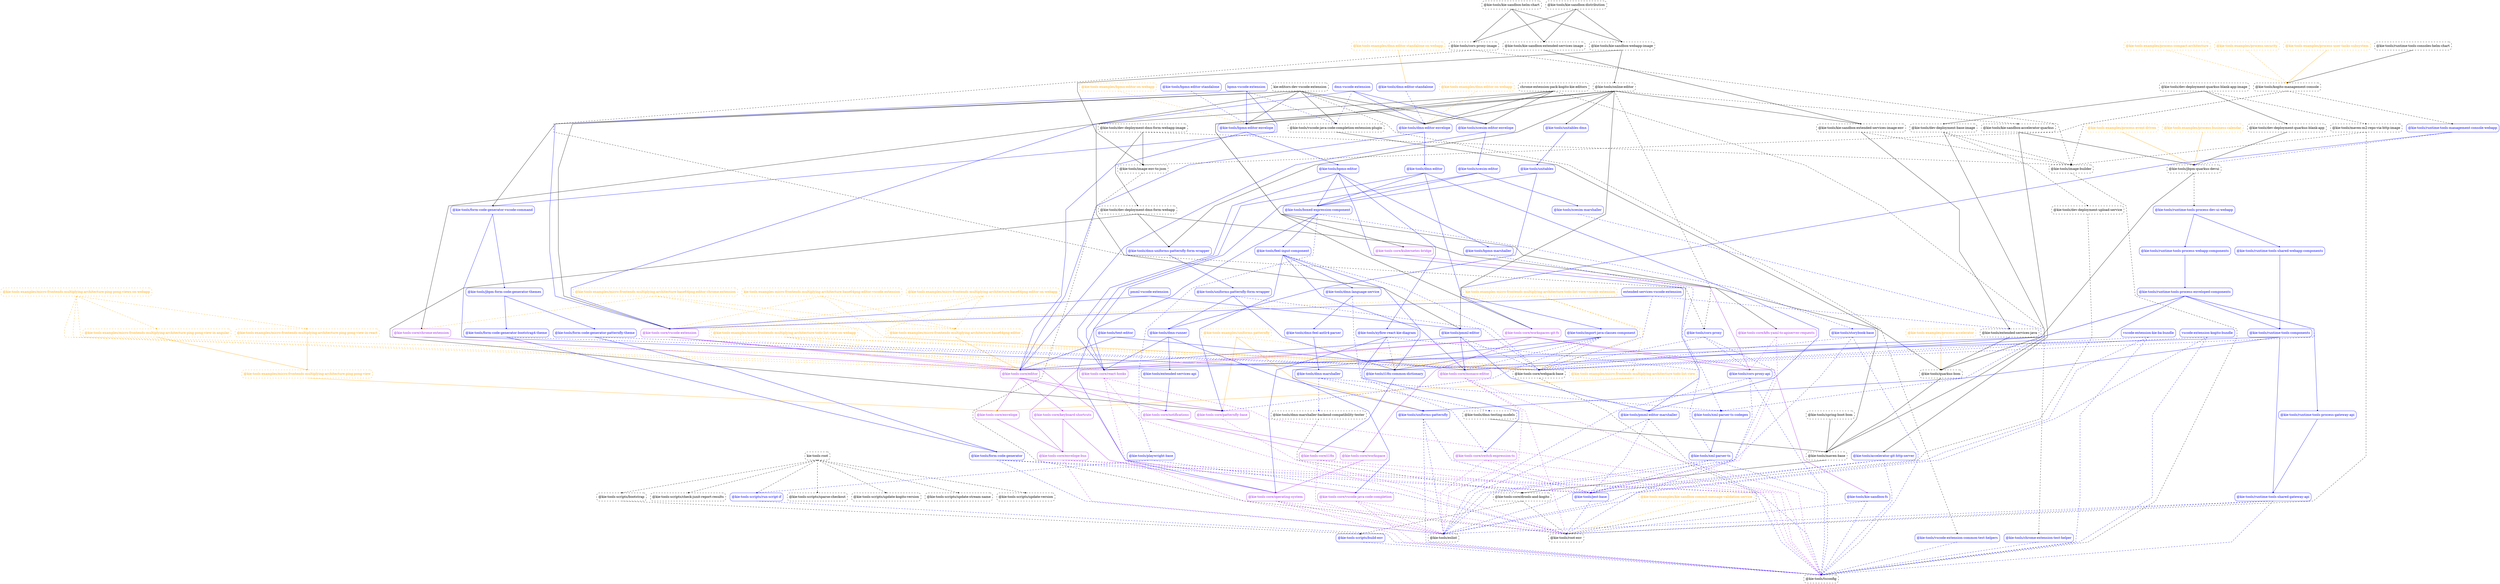
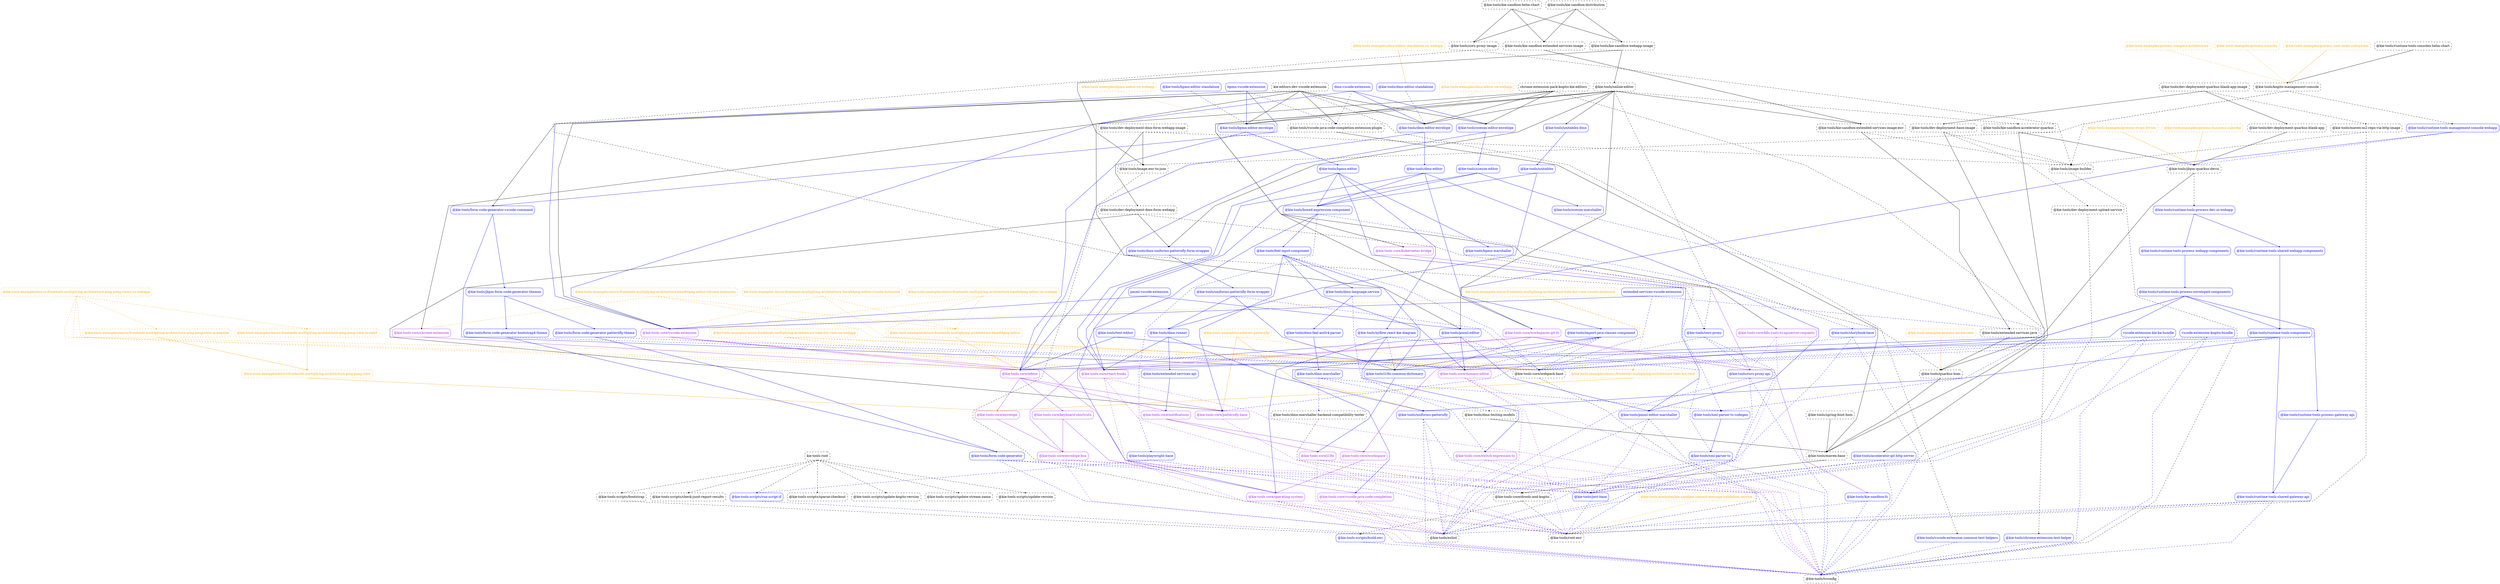
digraph G {
  graph [ ranksep =2, splines = "polyline", rankdir =TB, ordering = "out" ];
  node [ shape =box ];
  edge [ headport = "n", tailport = "s", arrowhead =dot, arrowsize =0.5 ];
  "kie-tools-root" [ color = "black", fontcolor = "black", style = "dashed, rounded" ];
  "@kie-tools-scripts/bootstrap" [ color = "black", fontcolor = "black", style = "dashed, rounded" ];
  "@kie-tools-scripts/check-junit-report-results" [ color = "black", fontcolor = "black", style = "dashed, rounded" ];
  "@kie-tools-scripts/run-script-if" [ color = "blue", fontcolor = "blue", style = "rounded" ];
  "@kie-tools-scripts/sparse-checkout" [ color = "black", fontcolor = "black", style = "dashed, rounded" ];
  "@kie-tools-scripts/update-kogito-version" [ color = "black", fontcolor = "black", style = "dashed, rounded" ];
  "@kie-tools-scripts/update-stream-name" [ color = "black", fontcolor = "black", style = "dashed, rounded" ];
  "@kie-tools-scripts/update-version" [ color = "black", fontcolor = "black", style = "dashed, rounded" ];
  "@kie-tools-examples/bpmn-editor-on-webapp" [ color = "orange", fontcolor = "orange", style = "dashed, rounded" ];
  "@kie-tools/bpmn-editor-envelope" [ color = "blue", fontcolor = "blue", style = "rounded" ];
  "@kie-tools-examples/dmn-editor-on-webapp" [ color = "orange", fontcolor = "orange", style = "dashed, rounded" ];
  "@kie-tools/dmn-editor-envelope" [ color = "blue", fontcolor = "blue", style = "rounded" ];
  "@kie-tools-examples/dmn-editor-standalone-on-webapp" [ color = "orange", fontcolor = "orange", style = "dashed, rounded" ];
  "@kie-tools/dmn-editor-standalone" [ color = "blue", fontcolor = "blue", style = "rounded" ];
  "@kie-tools-examples/kie-sandbox-commit-message-validation-service" [ color = "orange", fontcolor = "orange", style = "dashed, rounded" ];
  "@kie-tools/root-env" [ color = "black", fontcolor = "black", style = "dashed, rounded" ];
  "@kie-tools-examples/micro-frontends-multiplying-architecture-base64png-editor" [ color = "orange", fontcolor = "orange", style = "dashed, rounded" ];
  "@kie-tools-core/editor" [ color = "purple", fontcolor = "purple", style = "rounded" ];
  "@kie-tools-examples/micro-frontends-multiplying-architecture-base64png-editor-chrome-extension" [ color = "orange", fontcolor = "orange", style = "dashed, rounded" ];
  "@kie-tools-core/chrome-extension" [ color = "purple", fontcolor = "purple", style = "rounded" ];
  "@kie-tools-core/webpack-base" [ color = "black", fontcolor = "black", style = "dashed, rounded" ];
  "@kie-tools-examples/micro-frontends-multiplying-architecture-base64png-editor-on-webapp" [ color = "orange", fontcolor = "orange", style = "dashed, rounded" ];
  "@kie-tools-core/react-hooks" [ color = "purple", fontcolor = "purple", style = "rounded" ];
  "kie-tools-examples-micro-frontends-multiplying-architecture-base64png-editor-vscode-extension" [ color = "orange", fontcolor = "orange", style = "dashed, rounded" ];
  "@kie-tools-core/vscode-extension" [ color = "purple", fontcolor = "purple", style = "rounded" ];
  "@kie-tools-examples/micro-frontends-multiplying-architecture-ping-pong-view" [ color = "orange", fontcolor = "orange", style = "dashed, rounded" ];
  "@kie-tools-core/envelope" [ color = "purple", fontcolor = "purple", style = "rounded" ];
  "@kie-tools-examples/micro-frontends-multiplying-architecture-ping-pong-view-in-angular" [ color = "orange", fontcolor = "orange", style = "dashed, rounded" ];
  "@kie-tools-examples/micro-frontends-multiplying-architecture-ping-pong-view-in-react" [ color = "orange", fontcolor = "orange", style = "dashed, rounded" ];
  "@kie-tools-examples/micro-frontends-multiplying-architecture-ping-pong-views-on-webapp" [ color = "orange", fontcolor = "orange", style = "dashed, rounded" ];
  "@kie-tools-examples/micro-frontends-multiplying-architecture-todo-list-view" [ color = "orange", fontcolor = "orange", style = "dashed, rounded" ];
  "@kie-tools-examples/micro-frontends-multiplying-architecture-todo-list-view-on-webapp" [ color = "orange", fontcolor = "orange", style = "dashed, rounded" ];
  "kie-tools-examples-micro-frontends-multiplying-architecture-todo-list-view-vscode-extension" [ color = "orange", fontcolor = "orange", style = "dashed, rounded" ];
  "@kie-tools-examples/process-accelerator" [ color = "orange", fontcolor = "orange", style = "dashed, rounded" ];
  "@kie-tools/quarkus-bom" [ color = "black", fontcolor = "black", style = "dashed, rounded" ];
  "@kie-tools-examples/process-business-calendar" [ color = "orange", fontcolor = "orange", style = "dashed, rounded" ];
  "@kie-tools/jbpm-quarkus-devui" [ color = "black", fontcolor = "black", style = "dashed, rounded" ];
  "@kie-tools-examples/process-compact-architecture" [ color = "orange", fontcolor = "orange", style = "dashed, rounded" ];
  "@kie-tools/kogito-management-console" [ color = "black", fontcolor = "black", style = "dashed, rounded" ];
  "@kie-tools-examples/process-event-driven" [ color = "orange", fontcolor = "orange", style = "dashed, rounded" ];
  "@kie-tools-examples/process-security" [ color = "orange", fontcolor = "orange", style = "dashed, rounded" ];
  "@kie-tools-examples/process-user-tasks-subsystem" [ color = "orange", fontcolor = "orange", style = "dashed, rounded" ];
  "@kie-tools-examples/uniforms-patternfly" [ color = "orange", fontcolor = "orange", style = "dashed, rounded" ];
  "@kie-tools-core/patternfly-base" [ color = "purple", fontcolor = "purple", style = "rounded" ];
  "@kie-tools/uniforms-patternfly" [ color = "blue", fontcolor = "blue", style = "rounded" ];
  "@kie-tools/accelerator-git-http-server" [ color = "blue", fontcolor = "blue", style = "rounded" ];
  "@kie-tools/eslint" [ color = "black", fontcolor = "black", style = "dashed, rounded" ];
  "@kie-tools/jest-base" [ color = "blue", fontcolor = "blue", style = "rounded" ];
  "@kie-tools/tsconfig" [ color = "black", fontcolor = "black", style = "dashed, rounded" ];
  "@kie-tools/boxed-expression-component" [ color = "blue", fontcolor = "blue", style = "rounded" ];
  "@kie-tools-core/operating-system" [ color = "purple", fontcolor = "purple", style = "rounded" ];
  "@kie-tools/feel-input-component" [ color = "blue", fontcolor = "blue", style = "rounded" ];
  "@kie-tools/playwright-base" [ color = "blue", fontcolor = "blue", style = "rounded" ];
  "@kie-tools/storybook-base" [ color = "blue", fontcolor = "blue", style = "rounded" ];
  "@kie-tools/bpmn-editor" [ color = "blue", fontcolor = "blue", style = "rounded" ];
  "@kie-tools/bpmn-marshaller" [ color = "blue", fontcolor = "blue", style = "rounded" ];
  "@kie-tools/pmml-editor-marshaller" [ color = "blue", fontcolor = "blue", style = "rounded" ];
  "@kie-tools/xyflow-react-kie-diagram" [ color = "blue", fontcolor = "blue", style = "rounded" ];
  "@kie-tools/bpmn-editor-standalone" [ color = "blue", fontcolor = "blue", style = "rounded" ];
  "@kie-tools/xml-parser-ts-codegen" [ color = "blue", fontcolor = "blue", style = "rounded" ];
  "bpmn-vscode-extension" [ color = "blue", fontcolor = "blue", style = "rounded" ];
  "@kie-tools/form-code-generator-vscode-command" [ color = "blue", fontcolor = "blue", style = "rounded" ];
  "@kie-tools/vscode-java-code-completion-extension-plugin" [ color = "black", fontcolor = "black", style = "dashed, rounded" ];
  "chrome-extension-pack-kogito-kie-editors" [ color = "black", fontcolor = "black", style = "dashed, rounded" ];
  "@kie-tools/scesim-editor-envelope" [ color = "blue", fontcolor = "blue", style = "rounded" ];
  "@kie-tools/chrome-extension-test-helper" [ color = "blue", fontcolor = "blue", style = "rounded" ];
  "@kie-tools/cors-proxy" [ color = "blue", fontcolor = "blue", style = "rounded" ];
  "@kie-tools/cors-proxy-api" [ color = "blue", fontcolor = "blue", style = "rounded" ];
  "@kie-tools/cors-proxy-image" [ color = "black", fontcolor = "black", style = "dashed, rounded" ];
  "@kie-tools/image-builder" [ color = "black", fontcolor = "black", style = "dashed, rounded" ];
  "@kie-tools/dev-deployment-base-image" [ color = "black", fontcolor = "black", style = "dashed, rounded" ];
  "@kie-tools/maven-base" [ color = "black", fontcolor = "black", style = "dashed, rounded" ];
  "@kie-tools/dev-deployment-upload-service" [ color = "black", fontcolor = "black", style = "dashed, rounded" ];
  "@kie-tools/dev-deployment-dmn-form-webapp" [ color = "black", fontcolor = "black", style = "dashed, rounded" ];
  "@kie-tools/dmn-uniforms-patternfly-form-wrapper" [ color = "blue", fontcolor = "blue", style = "rounded" ];
  "@kie-tools/dev-deployment-dmn-form-webapp-image" [ color = "black", fontcolor = "black", style = "dashed, rounded" ];
  "@kie-tools/image-env-to-json" [ color = "black", fontcolor = "black", style = "dashed, rounded" ];
  "@kie-tools/dev-deployment-quarkus-blank-app" [ color = "black", fontcolor = "black", style = "dashed, rounded" ];
  "@kie-tools/dev-deployment-quarkus-blank-app-image" [ color = "black", fontcolor = "black", style = "dashed, rounded" ];
  "@kie-tools/maven-m2-repo-via-http-image" [ color = "black", fontcolor = "black", style = "dashed, rounded" ];
  "@kie-tools/dmn-editor" [ color = "blue", fontcolor = "blue", style = "rounded" ];
  "@kie-tools/import-java-classes-component" [ color = "blue", fontcolor = "blue", style = "rounded" ];
  "@kie-tools/dmn-feel-antlr4-parser" [ color = "blue", fontcolor = "blue", style = "rounded" ];
  "@kie-tools/dmn-marshaller" [ color = "blue", fontcolor = "blue", style = "rounded" ];
  "@kie-tools/dmn-language-service" [ color = "blue", fontcolor = "blue", style = "rounded" ];
  "@kie-tools-core/switch-expression-ts" [ color = "purple", fontcolor = "purple", style = "rounded" ];
  "@kie-tools/dmn-marshaller-backend-compatibility-tester" [ color = "black", fontcolor = "black", style = "dashed, rounded" ];
  "@kie-tools/dmn-testing-models" [ color = "black", fontcolor = "black", style = "dashed, rounded" ];
  "@kie-tools-core/drools-and-kogito" [ color = "black", fontcolor = "black", style = "dashed, rounded" ];
  "@kie-tools/dmn-runner" [ color = "blue", fontcolor = "blue", style = "rounded" ];
  "@kie-tools/extended-services-api" [ color = "blue", fontcolor = "blue", style = "rounded" ];
  "@kie-tools/uniforms-patternfly-form-wrapper" [ color = "blue", fontcolor = "blue", style = "rounded" ];
  "dmn-vscode-extension" [ color = "blue", fontcolor = "blue", style = "rounded" ];
  "@kie-tools-scripts/build-env" [ color = "blue", fontcolor = "blue", style = "rounded" ];
  "@kie-tools-core/keyboard-shortcuts" [ color = "purple", fontcolor = "purple", style = "rounded" ];
  "@kie-tools-core/notifications" [ color = "purple", fontcolor = "purple", style = "rounded" ];
  "@kie-tools-core/envelope-bus" [ color = "purple", fontcolor = "purple", style = "rounded" ];
  "@kie-tools/extended-services-java" [ color = "black", fontcolor = "black", style = "dashed, rounded" ];
  "extended-services-vscode-extension" [ color = "blue", fontcolor = "blue", style = "rounded" ];
  "@kie-tools-core/monaco-editor" [ color = "purple", fontcolor = "purple", style = "rounded" ];
  "@kie-tools/i18n-common-dictionary" [ color = "blue", fontcolor = "blue", style = "rounded" ];
  "@kie-tools/form-code-generator" [ color = "blue", fontcolor = "blue", style = "rounded" ];
  "@kie-tools/form-code-generator-bootstrap4-theme" [ color = "blue", fontcolor = "blue", style = "rounded" ];
  "@kie-tools/form-code-generator-patternfly-theme" [ color = "blue", fontcolor = "blue", style = "rounded" ];
  "@kie-tools/jbpm-form-code-generator-themes" [ color = "blue", fontcolor = "blue", style = "rounded" ];
  "@kie-tools-core/i18n" [ color = "purple", fontcolor = "purple", style = "rounded" ];
  "@kie-tools-core/vscode-java-code-completion" [ color = "purple", fontcolor = "purple", style = "rounded" ];
  "@kie-tools/runtime-tools-process-dev-ui-webapp" [ color = "blue", fontcolor = "blue", style = "rounded" ];
  "@kie-tools-core/k8s-yaml-to-apiserver-requests" [ color = "purple", fontcolor = "purple", style = "rounded" ];
  "kie-editors-dev-vscode-extension" [ color = "black", fontcolor = "black", style = "dashed, rounded" ];
  "@kie-tools/pmml-editor" [ color = "blue", fontcolor = "blue", style = "rounded" ];
  "@kie-tools/vscode-extension-common-test-helpers" [ color = "blue", fontcolor = "blue", style = "rounded" ];
  "@kie-tools/kie-sandbox-accelerator-quarkus" [ color = "black", fontcolor = "black", style = "dashed, rounded" ];
  "@kie-tools/kie-sandbox-distribution" [ color = "black", fontcolor = "black", style = "dashed, rounded" ];
  "@kie-tools/kie-sandbox-extended-services-image" [ color = "black", fontcolor = "black", style = "dashed, rounded" ];
  "@kie-tools/kie-sandbox-webapp-image" [ color = "black", fontcolor = "black", style = "dashed, rounded" ];
  "@kie-tools/kie-sandbox-extended-services-image-env" [ color = "black", fontcolor = "black", style = "dashed, rounded" ];
  "@kie-tools/kie-sandbox-fs" [ color = "blue", fontcolor = "blue", style = "rounded" ];
  "@kie-tools/kie-sandbox-helm-chart" [ color = "black", fontcolor = "black", style = "dashed, rounded" ];
  "@kie-tools/online-editor" [ color = "black", fontcolor = "black", style = "dashed, rounded" ];
  "@kie-tools/runtime-tools-management-console-webapp" [ color = "blue", fontcolor = "blue", style = "rounded" ];
  "@kie-tools-core/kubernetes-bridge" [ color = "purple", fontcolor = "purple", style = "rounded" ];
  "@kie-tools-core/workspace" [ color = "purple", fontcolor = "purple", style = "rounded" ];
  "@kie-tools-core/workspaces-git-fs" [ color = "purple", fontcolor = "purple", style = "rounded" ];
  "@kie-tools/unitables-dmn" [ color = "blue", fontcolor = "blue", style = "rounded" ];
  "pmml-vscode-extension" [ color = "blue", fontcolor = "blue", style = "rounded" ];
  "@kie-tools/runtime-tools-components" [ color = "blue", fontcolor = "blue", style = "rounded" ];
  "@kie-tools/runtime-tools-shared-gateway-api" [ color = "blue", fontcolor = "blue", style = "rounded" ];
  "@kie-tools/runtime-tools-consoles-helm-chart" [ color = "black", fontcolor = "black", style = "dashed, rounded" ];
  "@kie-tools/runtime-tools-process-webapp-components" [ color = "blue", fontcolor = "blue", style = "rounded" ];
  "@kie-tools/runtime-tools-shared-webapp-components" [ color = "blue", fontcolor = "blue", style = "rounded" ];
  "@kie-tools/runtime-tools-process-enveloped-components" [ color = "blue", fontcolor = "blue", style = "rounded" ];
  "@kie-tools/runtime-tools-process-gateway-api" [ color = "blue", fontcolor = "blue", style = "rounded" ];
  "@kie-tools/scesim-editor" [ color = "blue", fontcolor = "blue", style = "rounded" ];
  "@kie-tools/scesim-marshaller" [ color = "blue", fontcolor = "blue", style = "rounded" ];
  "@kie-tools/spring-boot-bom" [ color = "black", fontcolor = "black", style = "dashed, rounded" ];
  "@kie-tools/text-editor" [ color = "blue", fontcolor = "blue", style = "rounded" ];
  "@kie-tools/unitables" [ color = "blue", fontcolor = "blue", style = "rounded" ];
  "vscode-extension-kie-ba-bundle" [ color = "blue", fontcolor = "blue", style = "rounded" ];
  "vscode-extension-kogito-bundle" [ color = "blue", fontcolor = "blue", style = "rounded" ];
  "@kie-tools/xml-parser-ts" [ color = "blue", fontcolor = "blue", style = "rounded" ];
  "kie-tools-root" -> "@kie-tools-scripts/bootstrap" [ style = "dashed", color = "black" ];
  "kie-tools-root" -> "@kie-tools-scripts/check-junit-report-results" [ style = "dashed", color = "black" ];
  "kie-tools-root" -> "@kie-tools-scripts/run-script-if" [ style = "dashed", color = "black" ];
  "kie-tools-root" -> "@kie-tools-scripts/sparse-checkout" [ style = "dashed", color = "black" ];
  "kie-tools-root" -> "@kie-tools-scripts/update-kogito-version" [ style = "dashed", color = "black" ];
  "kie-tools-root" -> "@kie-tools-scripts/update-stream-name" [ style = "dashed", color = "black" ];
  "kie-tools-root" -> "@kie-tools-scripts/update-version" [ style = "dashed", color = "black" ];
  "@kie-tools-examples/bpmn-editor-on-webapp" -> "@kie-tools/bpmn-editor-envelope" [ style = "dashed", color = "orange" ];
  "@kie-tools-examples/dmn-editor-on-webapp" -> "@kie-tools/dmn-editor-envelope" [ style = "dashed", color = "orange" ];
  "@kie-tools-examples/dmn-editor-standalone-on-webapp" -> "@kie-tools/dmn-editor-standalone" [ style = "solid", color = "orange" ];
  "@kie-tools-examples/kie-sandbox-commit-message-validation-service" -> "@kie-tools/root-env" [ style = "dashed", color = "orange" ];
  "@kie-tools-examples/micro-frontends-multiplying-architecture-base64png-editor" -> "@kie-tools-core/editor" [ style = "solid", color = "orange" ];
  "@kie-tools-examples/micro-frontends-multiplying-architecture-base64png-editor-chrome-extension" -> "@kie-tools-core/chrome-extension" [ style = "dashed", color = "orange" ];
  "@kie-tools-examples/micro-frontends-multiplying-architecture-base64png-editor-chrome-extension" -> "@kie-tools-core/webpack-base" [ style = "dashed", color = "orange" ];
  "@kie-tools-examples/micro-frontends-multiplying-architecture-base64png-editor-chrome-extension" -> "@kie-tools-examples/micro-frontends-multiplying-architecture-base64png-editor" [ style = "dashed", color = "orange" ];
  "@kie-tools-examples/micro-frontends-multiplying-architecture-base64png-editor-on-webapp" -> "@kie-tools-core/react-hooks" [ style = "dashed", color = "orange" ];
  "@kie-tools-examples/micro-frontends-multiplying-architecture-base64png-editor-on-webapp" -> "@kie-tools-core/webpack-base" [ style = "dashed", color = "orange" ];
  "@kie-tools-examples/micro-frontends-multiplying-architecture-base64png-editor-on-webapp" -> "@kie-tools-examples/micro-frontends-multiplying-architecture-base64png-editor" [ style = "dashed", color = "orange" ];
  "kie-tools-examples-micro-frontends-multiplying-architecture-base64png-editor-vscode-extension" -> "@kie-tools-core/vscode-extension" [ style = "dashed", color = "orange" ];
  "kie-tools-examples-micro-frontends-multiplying-architecture-base64png-editor-vscode-extension" -> "@kie-tools-core/webpack-base" [ style = "dashed", color = "orange" ];
  "kie-tools-examples-micro-frontends-multiplying-architecture-base64png-editor-vscode-extension" -> "@kie-tools-examples/micro-frontends-multiplying-architecture-base64png-editor" [ style = "dashed", color = "orange" ];
  "@kie-tools-examples/micro-frontends-multiplying-architecture-ping-pong-view" -> "@kie-tools-core/envelope" [ style = "solid", color = "orange" ];
  "@kie-tools-examples/micro-frontends-multiplying-architecture-ping-pong-view-in-angular" -> "@kie-tools-examples/micro-frontends-multiplying-architecture-ping-pong-view" [ style = "solid", color = "orange" ];
  "@kie-tools-examples/micro-frontends-multiplying-architecture-ping-pong-view-in-react" -> "@kie-tools-examples/micro-frontends-multiplying-architecture-ping-pong-view" [ style = "solid", color = "orange" ];
  "@kie-tools-examples/micro-frontends-multiplying-architecture-ping-pong-views-on-webapp" -> "@kie-tools-core/editor" [ style = "dashed", color = "orange" ];
  "@kie-tools-examples/micro-frontends-multiplying-architecture-ping-pong-views-on-webapp" -> "@kie-tools-core/react-hooks" [ style = "dashed", color = "orange" ];
  "@kie-tools-examples/micro-frontends-multiplying-architecture-ping-pong-views-on-webapp" -> "@kie-tools-core/webpack-base" [ style = "dashed", color = "orange" ];
  "@kie-tools-examples/micro-frontends-multiplying-architecture-ping-pong-views-on-webapp" -> "@kie-tools-examples/micro-frontends-multiplying-architecture-ping-pong-view-in-angular" [ style = "dashed", color = "orange" ];
  "@kie-tools-examples/micro-frontends-multiplying-architecture-ping-pong-views-on-webapp" -> "@kie-tools-examples/micro-frontends-multiplying-architecture-ping-pong-view-in-react" [ style = "dashed", color = "orange" ];
  "@kie-tools-examples/micro-frontends-multiplying-architecture-todo-list-view" -> "@kie-tools-core/envelope" [ style = "solid", color = "orange" ];
  "@kie-tools-examples/micro-frontends-multiplying-architecture-todo-list-view-on-webapp" -> "@kie-tools-core/editor" [ style = "dashed", color = "orange" ];
  "@kie-tools-examples/micro-frontends-multiplying-architecture-todo-list-view-on-webapp" -> "@kie-tools-core/react-hooks" [ style = "dashed", color = "orange" ];
  "@kie-tools-examples/micro-frontends-multiplying-architecture-todo-list-view-on-webapp" -> "@kie-tools-core/webpack-base" [ style = "dashed", color = "orange" ];
  "@kie-tools-examples/micro-frontends-multiplying-architecture-todo-list-view-on-webapp" -> "@kie-tools-examples/micro-frontends-multiplying-architecture-todo-list-view" [ style = "dashed", color = "orange" ];
  "kie-tools-examples-micro-frontends-multiplying-architecture-todo-list-view-vscode-extension" -> "@kie-tools-core/vscode-extension" [ style = "dashed", color = "orange" ];
  "kie-tools-examples-micro-frontends-multiplying-architecture-todo-list-view-vscode-extension" -> "@kie-tools-core/webpack-base" [ style = "dashed", color = "orange" ];
  "kie-tools-examples-micro-frontends-multiplying-architecture-todo-list-view-vscode-extension" -> "@kie-tools-examples/micro-frontends-multiplying-architecture-todo-list-view" [ style = "dashed", color = "orange" ];
  "@kie-tools-examples/process-accelerator" -> "@kie-tools/quarkus-bom" [ style = "solid", color = "orange" ];
  "@kie-tools-examples/process-business-calendar" -> "@kie-tools/jbpm-quarkus-devui" [ style = "solid", color = "orange" ];
  "@kie-tools-examples/process-compact-architecture" -> "@kie-tools/kogito-management-console" [ style = "dashed", color = "orange" ];
  "@kie-tools-examples/process-event-driven" -> "@kie-tools/jbpm-quarkus-devui" [ style = "solid", color = "orange" ];
  "@kie-tools-examples/process-security" -> "@kie-tools/kogito-management-console" [ style = "dashed", color = "orange" ];
  "@kie-tools-examples/process-user-tasks-subsystem" -> "@kie-tools/kogito-management-console" [ style = "solid", color = "orange" ];
  "@kie-tools-examples/uniforms-patternfly" -> "@kie-tools-core/patternfly-base" [ style = "solid", color = "orange" ];
  "@kie-tools-examples/uniforms-patternfly" -> "@kie-tools/uniforms-patternfly" [ style = "solid", color = "orange" ];
  "@kie-tools-examples/uniforms-patternfly" -> "@kie-tools-core/webpack-base" [ style = "dashed", color = "orange" ];
  "@kie-tools/accelerator-git-http-server" -> "@kie-tools/eslint" [ style = "dashed", color = "blue" ];
  "@kie-tools/accelerator-git-http-server" -> "@kie-tools/jest-base" [ style = "dashed", color = "blue" ];
  "@kie-tools/accelerator-git-http-server" -> "@kie-tools/tsconfig" [ style = "dashed", color = "blue" ];
  "@kie-tools/boxed-expression-component" -> "@kie-tools-core/operating-system" [ style = "solid", color = "blue" ];
  "@kie-tools/boxed-expression-component" -> "@kie-tools/feel-input-component" [ style = "solid", color = "blue" ];
  "@kie-tools/boxed-expression-component" -> "@kie-tools/playwright-base" [ style = "dashed", color = "blue" ];
  "@kie-tools/boxed-expression-component" -> "@kie-tools/storybook-base" [ style = "dashed", color = "blue" ];
  "@kie-tools/bpmn-editor" -> "@kie-tools-core/react-hooks" [ style = "solid", color = "blue" ];
  "@kie-tools/bpmn-editor" -> "@kie-tools/boxed-expression-component" [ style = "solid", color = "blue" ];
  "@kie-tools/bpmn-editor" -> "@kie-tools/bpmn-marshaller" [ style = "solid", color = "blue" ];
  "@kie-tools/bpmn-editor" -> "@kie-tools/pmml-editor-marshaller" [ style = "solid", color = "blue" ];
  "@kie-tools/bpmn-editor" -> "@kie-tools/xyflow-react-kie-diagram" [ style = "solid", color = "blue" ];
  "@kie-tools/bpmn-editor-envelope" -> "@kie-tools-core/editor" [ style = "solid", color = "blue" ];
  "@kie-tools/bpmn-editor-envelope" -> "@kie-tools/bpmn-editor" [ style = "solid", color = "blue" ];
  "@kie-tools/bpmn-editor-standalone" -> "@kie-tools/bpmn-editor-envelope" [ style = "dashed", color = "blue" ];
  "@kie-tools/bpmn-marshaller" -> "@kie-tools/xml-parser-ts-codegen" [ style = "dashed", color = "blue" ];
  "bpmn-vscode-extension" -> "@kie-tools-core/vscode-extension" [ style = "solid", color = "blue" ];
  "bpmn-vscode-extension" -> "@kie-tools/bpmn-editor-envelope" [ style = "solid", color = "blue" ];
  "bpmn-vscode-extension" -> "@kie-tools/form-code-generator-vscode-command" [ style = "solid", color = "blue" ];
  "bpmn-vscode-extension" -> "@kie-tools/vscode-java-code-completion-extension-plugin" [ style = "dashed", color = "blue" ];
  "@kie-tools-core/chrome-extension" -> "@kie-tools-core/editor" [ style = "solid", color = "purple" ];
  "chrome-extension-pack-kogito-kie-editors" -> "@kie-tools-core/chrome-extension" [ style = "solid", color = "black" ];
  "chrome-extension-pack-kogito-kie-editors" -> "@kie-tools/bpmn-editor-envelope" [ style = "solid", color = "black" ];
  "chrome-extension-pack-kogito-kie-editors" -> "@kie-tools/dmn-editor-envelope" [ style = "solid", color = "black" ];
  "chrome-extension-pack-kogito-kie-editors" -> "@kie-tools/scesim-editor-envelope" [ style = "solid", color = "black" ];
  "chrome-extension-pack-kogito-kie-editors" -> "@kie-tools/chrome-extension-test-helper" [ style = "dashed", color = "black" ];
  "@kie-tools/chrome-extension-test-helper" -> "@kie-tools/tsconfig" [ style = "dashed", color = "blue" ];
  "@kie-tools/cors-proxy" -> "@kie-tools-core/webpack-base" [ style = "dashed", color = "blue" ];
  "@kie-tools/cors-proxy" -> "@kie-tools/cors-proxy-api" [ style = "dashed", color = "blue" ];
  "@kie-tools/cors-proxy" -> "@kie-tools/jest-base" [ style = "dashed", color = "blue" ];
  "@kie-tools/cors-proxy-api" -> "@kie-tools/eslint" [ style = "dashed", color = "blue" ];
  "@kie-tools/cors-proxy-api" -> "@kie-tools/root-env" [ style = "dashed", color = "blue" ];
  "@kie-tools/cors-proxy-api" -> "@kie-tools/tsconfig" [ style = "dashed", color = "blue" ];
  "@kie-tools/cors-proxy-image" -> "@kie-tools/cors-proxy" [ style = "dashed", color = "black" ];
  "@kie-tools/cors-proxy-image" -> "@kie-tools/image-builder" [ style = "dashed", color = "black" ];
  "@kie-tools/dev-deployment-base-image" -> "@kie-tools/maven-base" [ style = "solid", color = "black" ];
  "@kie-tools/dev-deployment-base-image" -> "@kie-tools/dev-deployment-upload-service" [ style = "dashed", color = "black" ];
  "@kie-tools/dev-deployment-base-image" -> "@kie-tools/image-builder" [ style = "dashed", color = "black" ];
  "@kie-tools/dev-deployment-dmn-form-webapp" -> "@kie-tools-core/patternfly-base" [ style = "solid", color = "black" ];
  "@kie-tools/dev-deployment-dmn-form-webapp" -> "@kie-tools/dmn-uniforms-patternfly-form-wrapper" [ style = "solid", color = "black" ];
-   "@kie-tools/dev-deployment-dmn-form-webapp" -> "@kie-tools/quarkus-bom" [ style = "solid", color = "black" ];
+   "@kie-tools/dev-deployment-dmn-form-webapp" -> "@kie-tools/quarkus-bom" [ style = "dashed", color = "black" ];
  "@kie-tools/dev-deployment-dmn-form-webapp-image" -> "@kie-tools/dev-deployment-dmn-form-webapp" [ style = "solid", color = "black" ];
  "@kie-tools/dev-deployment-dmn-form-webapp-image" -> "@kie-tools/image-env-to-json" [ style = "solid", color = "black" ];
  "@kie-tools/dev-deployment-dmn-form-webapp-image" -> "@kie-tools/image-builder" [ style = "dashed", color = "black" ];
  "@kie-tools/dev-deployment-quarkus-blank-app" -> "@kie-tools/jbpm-quarkus-devui" [ style = "solid", color = "black" ];
  "@kie-tools/dev-deployment-quarkus-blank-app-image" -> "@kie-tools/dev-deployment-base-image" [ style = "solid", color = "black" ];
  "@kie-tools/dev-deployment-quarkus-blank-app-image" -> "@kie-tools/dev-deployment-quarkus-blank-app" [ style = "solid", color = "black" ];
  "@kie-tools/dev-deployment-quarkus-blank-app-image" -> "@kie-tools/maven-m2-repo-via-http-image" [ style = "dashed", color = "black" ];
  "@kie-tools/dev-deployment-upload-service" -> "@kie-tools/jest-base" [ style = "dashed", color = "black" ];
  "@kie-tools/dmn-editor" -> "@kie-tools-core/react-hooks" [ style = "solid", color = "blue" ];
  "@kie-tools/dmn-editor" -> "@kie-tools/boxed-expression-component" [ style = "solid", color = "blue" ];
  "@kie-tools/dmn-editor" -> "@kie-tools/import-java-classes-component" [ style = "solid", color = "blue" ];
  "@kie-tools/dmn-editor" -> "@kie-tools/pmml-editor-marshaller" [ style = "solid", color = "blue" ];
  "@kie-tools/dmn-editor-envelope" -> "@kie-tools-core/editor" [ style = "solid", color = "blue" ];
  "@kie-tools/dmn-editor-envelope" -> "@kie-tools/dmn-editor" [ style = "solid", color = "blue" ];
  "@kie-tools/dmn-editor-standalone" -> "@kie-tools/dmn-editor-envelope" [ style = "dashed", color = "blue" ];
  "@kie-tools/dmn-feel-antlr4-parser" -> "@kie-tools/dmn-marshaller" [ style = "solid", color = "blue" ];
  "@kie-tools/dmn-language-service" -> "@kie-tools/dmn-feel-antlr4-parser" [ style = "solid", color = "blue" ];
  "@kie-tools/dmn-language-service" -> "@kie-tools-core/switch-expression-ts" [ style = "dashed", color = "blue" ];
  "@kie-tools/dmn-marshaller" -> "@kie-tools/dmn-marshaller-backend-compatibility-tester" [ style = "dashed", color = "blue" ];
  "@kie-tools/dmn-marshaller" -> "@kie-tools/dmn-testing-models" [ style = "dashed", color = "blue" ];
  "@kie-tools/dmn-marshaller" -> "@kie-tools/xml-parser-ts-codegen" [ style = "dashed", color = "blue" ];
  "@kie-tools/dmn-marshaller-backend-compatibility-tester" -> "@kie-tools-core/drools-and-kogito" [ style = "dashed", color = "black" ];
  "@kie-tools/dmn-runner" -> "@kie-tools-core/react-hooks" [ style = "solid", color = "blue" ];
  "@kie-tools/dmn-runner" -> "@kie-tools/extended-services-api" [ style = "solid", color = "blue" ];
  "@kie-tools/dmn-runner" -> "@kie-tools/uniforms-patternfly" [ style = "solid", color = "blue" ];
  "@kie-tools/dmn-testing-models" -> "@kie-tools/maven-base" [ style = "solid", color = "black" ];
  "@kie-tools/dmn-uniforms-patternfly-form-wrapper" -> "@kie-tools/uniforms-patternfly-form-wrapper" [ style = "solid", color = "blue" ];
  "dmn-vscode-extension" -> "@kie-tools-core/vscode-extension" [ style = "solid", color = "blue" ];
  "dmn-vscode-extension" -> "@kie-tools/dmn-editor-envelope" [ style = "solid", color = "blue" ];
  "dmn-vscode-extension" -> "@kie-tools/scesim-editor-envelope" [ style = "solid", color = "blue" ];
  "dmn-vscode-extension" -> "@kie-tools/vscode-java-code-completion-extension-plugin" [ style = "dashed", color = "blue" ];
  "@kie-tools-core/drools-and-kogito" -> "@kie-tools-scripts/build-env" [ style = "dashed", color = "black" ];
  "@kie-tools-core/drools-and-kogito" -> "@kie-tools/root-env" [ style = "dashed", color = "black" ];
  "@kie-tools-core/editor" -> "@kie-tools-core/envelope" [ style = "solid", color = "purple" ];
  "@kie-tools-core/editor" -> "@kie-tools-core/keyboard-shortcuts" [ style = "solid", color = "purple" ];
  "@kie-tools-core/editor" -> "@kie-tools-core/notifications" [ style = "solid", color = "purple" ];
  "@kie-tools-core/editor" -> "@kie-tools-core/patternfly-base" [ style = "solid", color = "purple" ];
  "@kie-tools-core/envelope" -> "@kie-tools-core/envelope-bus" [ style = "solid", color = "purple" ];
  "@kie-tools-core/envelope-bus" -> "@kie-tools/eslint" [ style = "dashed", color = "purple" ];
  "@kie-tools-core/envelope-bus" -> "@kie-tools/jest-base" [ style = "dashed", color = "purple" ];
  "@kie-tools-core/envelope-bus" -> "@kie-tools/tsconfig" [ style = "dashed", color = "purple" ];
  "@kie-tools/extended-services-api" -> "@kie-tools-core/notifications" [ style = "solid", color = "blue" ];
  "@kie-tools/extended-services-java" -> "@kie-tools/quarkus-bom" [ style = "solid", color = "black" ];
  "extended-services-vscode-extension" -> "@kie-tools-core/vscode-extension" [ style = "solid", color = "blue" ];
  "extended-services-vscode-extension" -> "@kie-tools-core/webpack-base" [ style = "dashed", color = "blue" ];
  "extended-services-vscode-extension" -> "@kie-tools/extended-services-java" [ style = "dashed", color = "blue" ];
  "@kie-tools/feel-input-component" -> "@kie-tools-core/monaco-editor" [ style = "solid", color = "blue" ];
  "@kie-tools/feel-input-component" -> "@kie-tools-core/patternfly-base" [ style = "solid", color = "blue" ];
  "@kie-tools/feel-input-component" -> "@kie-tools/dmn-language-service" [ style = "solid", color = "blue" ];
  "@kie-tools/feel-input-component" -> "@kie-tools/i18n-common-dictionary" [ style = "solid", color = "blue" ];
  "@kie-tools/feel-input-component" -> "@kie-tools-core/webpack-base" [ style = "dashed", color = "blue" ];
  "@kie-tools/form-code-generator" -> "@kie-tools/eslint" [ style = "dashed", color = "blue" ];
  "@kie-tools/form-code-generator" -> "@kie-tools/jest-base" [ style = "dashed", color = "blue" ];
  "@kie-tools/form-code-generator" -> "@kie-tools/tsconfig" [ style = "dashed", color = "blue" ];
  "@kie-tools/form-code-generator-bootstrap4-theme" -> "@kie-tools/form-code-generator" [ style = "solid", color = "blue" ];
  "@kie-tools/form-code-generator-bootstrap4-theme" -> "@kie-tools-core/webpack-base" [ style = "dashed", color = "blue" ];
  "@kie-tools/form-code-generator-patternfly-theme" -> "@kie-tools/form-code-generator" [ style = "solid", color = "blue" ];
  "@kie-tools/form-code-generator-patternfly-theme" -> "@kie-tools-core/webpack-base" [ style = "dashed", color = "blue" ];
  "@kie-tools/form-code-generator-vscode-command" -> "@kie-tools/i18n-common-dictionary" [ style = "solid", color = "blue" ];
  "@kie-tools/form-code-generator-vscode-command" -> "@kie-tools/jbpm-form-code-generator-themes" [ style = "solid", color = "blue" ];
  "@kie-tools-core/i18n" -> "@kie-tools/eslint" [ style = "dashed", color = "purple" ];
  "@kie-tools-core/i18n" -> "@kie-tools/jest-base" [ style = "dashed", color = "purple" ];
  "@kie-tools-core/i18n" -> "@kie-tools/tsconfig" [ style = "dashed", color = "purple" ];
  "@kie-tools/i18n-common-dictionary" -> "@kie-tools-core/i18n" [ style = "solid", color = "blue" ];
  "@kie-tools/image-builder" -> "@kie-tools/tsconfig" [ style = "dashed", color = "black" ];
  "@kie-tools/image-env-to-json" -> "@kie-tools/root-env" [ style = "dashed", color = "black" ];
  "@kie-tools/import-java-classes-component" -> "@kie-tools-core/vscode-java-code-completion" [ style = "solid", color = "blue" ];
  "@kie-tools/import-java-classes-component" -> "@kie-tools/i18n-common-dictionary" [ style = "solid", color = "blue" ];
  "@kie-tools/import-java-classes-component" -> "@kie-tools-core/monaco-editor" [ style = "dashed", color = "blue" ];
  "@kie-tools/import-java-classes-component" -> "@kie-tools-core/patternfly-base" [ style = "dashed", color = "blue" ];
  "@kie-tools/import-java-classes-component" -> "@kie-tools-core/webpack-base" [ style = "dashed", color = "blue" ];
  "@kie-tools/jbpm-form-code-generator-themes" -> "@kie-tools/form-code-generator-bootstrap4-theme" [ style = "solid", color = "blue" ];
  "@kie-tools/jbpm-form-code-generator-themes" -> "@kie-tools/form-code-generator-patternfly-theme" [ style = "solid", color = "blue" ];
  "@kie-tools/jbpm-quarkus-devui" -> "@kie-tools/quarkus-bom" [ style = "solid", color = "black" ];
  "@kie-tools/jbpm-quarkus-devui" -> "@kie-tools/runtime-tools-process-dev-ui-webapp" [ style = "dashed", color = "black" ];
  "@kie-tools/jest-base" -> "@kie-tools/root-env" [ style = "dashed", color = "blue" ];
  "@kie-tools-core/k8s-yaml-to-apiserver-requests" -> "@kie-tools/cors-proxy-api" [ style = "dashed", color = "purple" ];
  "@kie-tools-core/k8s-yaml-to-apiserver-requests" -> "@kie-tools/jest-base" [ style = "dashed", color = "purple" ];
  "@kie-tools-core/keyboard-shortcuts" -> "@kie-tools-core/envelope-bus" [ style = "solid", color = "purple" ];
  "@kie-tools-core/keyboard-shortcuts" -> "@kie-tools-core/operating-system" [ style = "solid", color = "purple" ];
  "kie-editors-dev-vscode-extension" -> "@kie-tools-core/vscode-extension" [ style = "solid", color = "black" ];
  "kie-editors-dev-vscode-extension" -> "@kie-tools/bpmn-editor-envelope" [ style = "solid", color = "black" ];
  "kie-editors-dev-vscode-extension" -> "@kie-tools/dmn-editor-envelope" [ style = "solid", color = "black" ];
  "kie-editors-dev-vscode-extension" -> "@kie-tools/form-code-generator-vscode-command" [ style = "solid", color = "black" ];
  "kie-editors-dev-vscode-extension" -> "@kie-tools/pmml-editor" [ style = "solid", color = "black" ];
  "kie-editors-dev-vscode-extension" -> "@kie-tools/scesim-editor-envelope" [ style = "solid", color = "black" ];
  "kie-editors-dev-vscode-extension" -> "@kie-tools/vscode-java-code-completion-extension-plugin" [ style = "solid", color = "black" ];
  "kie-editors-dev-vscode-extension" -> "@kie-tools/vscode-extension-common-test-helpers" [ style = "dashed", color = "black" ];
  "@kie-tools/kie-sandbox-accelerator-quarkus" -> "@kie-tools/accelerator-git-http-server" [ style = "solid", color = "black" ];
  "@kie-tools/kie-sandbox-accelerator-quarkus" -> "@kie-tools/jbpm-quarkus-devui" [ style = "solid", color = "black" ];
  "@kie-tools/kie-sandbox-distribution" -> "@kie-tools/cors-proxy-image" [ style = "solid", color = "black" ];
  "@kie-tools/kie-sandbox-distribution" -> "@kie-tools/kie-sandbox-extended-services-image" [ style = "solid", color = "black" ];
  "@kie-tools/kie-sandbox-distribution" -> "@kie-tools/kie-sandbox-webapp-image" [ style = "solid", color = "black" ];
  "@kie-tools/kie-sandbox-extended-services-image" -> "@kie-tools/kie-sandbox-extended-services-image-env" [ style = "solid", color = "black" ];
  "@kie-tools/kie-sandbox-extended-services-image-env" -> "@kie-tools/extended-services-java" [ style = "solid", color = "black" ];
  "@kie-tools/kie-sandbox-extended-services-image-env" -> "@kie-tools/image-builder" [ style = "dashed", color = "black" ];
  "@kie-tools/kie-sandbox-fs" -> "@kie-tools/root-env" [ style = "dashed", color = "blue" ];
  "@kie-tools/kie-sandbox-fs" -> "@kie-tools/tsconfig" [ style = "dashed", color = "blue" ];
  "@kie-tools/kie-sandbox-helm-chart" -> "@kie-tools/cors-proxy-image" [ style = "solid", color = "black" ];
  "@kie-tools/kie-sandbox-helm-chart" -> "@kie-tools/kie-sandbox-extended-services-image" [ style = "solid", color = "black" ];
  "@kie-tools/kie-sandbox-helm-chart" -> "@kie-tools/kie-sandbox-webapp-image" [ style = "solid", color = "black" ];
  "@kie-tools/kie-sandbox-webapp-image" -> "@kie-tools/image-env-to-json" [ style = "solid", color = "black" ];
  "@kie-tools/kie-sandbox-webapp-image" -> "@kie-tools/online-editor" [ style = "solid", color = "black" ];
  "@kie-tools/kogito-management-console" -> "@kie-tools/image-builder" [ style = "dashed", color = "black" ];
  "@kie-tools/kogito-management-console" -> "@kie-tools/image-env-to-json" [ style = "dashed", color = "black" ];
  "@kie-tools/kogito-management-console" -> "@kie-tools/runtime-tools-management-console-webapp" [ style = "dashed", color = "black" ];
  "@kie-tools-core/kubernetes-bridge" -> "@kie-tools/cors-proxy-api" [ style = "solid", color = "purple" ];
  "@kie-tools/maven-base" -> "@kie-tools-core/drools-and-kogito" [ style = "solid", color = "black" ];
  "@kie-tools/maven-m2-repo-via-http-image" -> "@kie-tools/image-builder" [ style = "dashed", color = "black" ];
  "@kie-tools/maven-m2-repo-via-http-image" -> "@kie-tools/root-env" [ style = "dashed", color = "black" ];
  "@kie-tools-core/monaco-editor" -> "@kie-tools/eslint" [ style = "dashed", color = "purple" ];
  "@kie-tools-core/monaco-editor" -> "@kie-tools/root-env" [ style = "dashed", color = "purple" ];
  "@kie-tools-core/monaco-editor" -> "@kie-tools/tsconfig" [ style = "dashed", color = "purple" ];
  "@kie-tools-core/notifications" -> "@kie-tools-core/i18n" [ style = "solid", color = "purple" ];
  "@kie-tools-core/notifications" -> "@kie-tools-core/workspace" [ style = "solid", color = "purple" ];
  "@kie-tools/online-editor" -> "@kie-tools-core/k8s-yaml-to-apiserver-requests" [ style = "solid", color = "black" ];
  "@kie-tools/online-editor" -> "@kie-tools-core/kubernetes-bridge" [ style = "solid", color = "black" ];
  "@kie-tools/online-editor" -> "@kie-tools-core/workspaces-git-fs" [ style = "solid", color = "black" ];
  "@kie-tools/online-editor" -> "@kie-tools/bpmn-editor-envelope" [ style = "solid", color = "black" ];
  "@kie-tools/online-editor" -> "@kie-tools/dmn-editor-envelope" [ style = "solid", color = "black" ];
  "@kie-tools/online-editor" -> "@kie-tools/dmn-uniforms-patternfly-form-wrapper" [ style = "solid", color = "black" ];
  "@kie-tools/online-editor" -> "@kie-tools/kie-sandbox-extended-services-image-env" [ style = "solid", color = "black" ];
  "@kie-tools/online-editor" -> "@kie-tools/pmml-editor" [ style = "solid", color = "black" ];
  "@kie-tools/online-editor" -> "@kie-tools/unitables-dmn" [ style = "solid", color = "black" ];
  "@kie-tools/online-editor" -> "@kie-tools/cors-proxy" [ style = "dashed", color = "black" ];
  "@kie-tools/online-editor" -> "@kie-tools/kie-sandbox-accelerator-quarkus" [ style = "dashed", color = "black" ];
  "@kie-tools-core/operating-system" -> "@kie-tools/eslint" [ style = "dashed", color = "purple" ];
  "@kie-tools-core/operating-system" -> "@kie-tools/root-env" [ style = "dashed", color = "purple" ];
  "@kie-tools-core/operating-system" -> "@kie-tools/tsconfig" [ style = "dashed", color = "purple" ];
  "@kie-tools-core/patternfly-base" -> "@kie-tools/root-env" [ style = "dashed", color = "purple" ];
  "@kie-tools/playwright-base" -> "@kie-tools-scripts/run-script-if" [ style = "dashed", color = "blue" ];
  "@kie-tools/playwright-base" -> "@kie-tools/root-env" [ style = "dashed", color = "blue" ];
  "@kie-tools/pmml-editor" -> "@kie-tools-core/editor" [ style = "solid", color = "blue" ];
  "@kie-tools/pmml-editor" -> "@kie-tools-core/monaco-editor" [ style = "solid", color = "blue" ];
  "@kie-tools/pmml-editor" -> "@kie-tools/pmml-editor-marshaller" [ style = "solid", color = "blue" ];
  "@kie-tools/pmml-editor" -> "@kie-tools-core/webpack-base" [ style = "dashed", color = "blue" ];
  "@kie-tools/pmml-editor-marshaller" -> "@kie-tools/eslint" [ style = "dashed", color = "blue" ];
  "@kie-tools/pmml-editor-marshaller" -> "@kie-tools/jest-base" [ style = "dashed", color = "blue" ];
  "@kie-tools/pmml-editor-marshaller" -> "@kie-tools/tsconfig" [ style = "dashed", color = "blue" ];
  "pmml-vscode-extension" -> "@kie-tools-core/vscode-extension" [ style = "solid", color = "blue" ];
  "pmml-vscode-extension" -> "@kie-tools/pmml-editor" [ style = "solid", color = "blue" ];
  "@kie-tools/quarkus-bom" -> "@kie-tools/maven-base" [ style = "solid", color = "black" ];
  "@kie-tools-core/react-hooks" -> "@kie-tools/eslint" [ style = "dashed", color = "purple" ];
  "@kie-tools-core/react-hooks" -> "@kie-tools/root-env" [ style = "dashed", color = "purple" ];
  "@kie-tools-core/react-hooks" -> "@kie-tools/tsconfig" [ style = "dashed", color = "purple" ];
  "@kie-tools/runtime-tools-components" -> "@kie-tools-core/editor" [ style = "solid", color = "blue" ];
  "@kie-tools/runtime-tools-components" -> "@kie-tools/runtime-tools-shared-gateway-api" [ style = "solid", color = "blue" ];
  "@kie-tools/runtime-tools-components" -> "@kie-tools/uniforms-patternfly" [ style = "solid", color = "blue" ];
  "@kie-tools/runtime-tools-consoles-helm-chart" -> "@kie-tools/kogito-management-console" [ style = "solid", color = "black" ];
  "@kie-tools/runtime-tools-management-console-webapp" -> "@kie-tools-core/workspaces-git-fs" [ style = "solid", color = "blue" ];
  "@kie-tools/runtime-tools-management-console-webapp" -> "@kie-tools/jbpm-quarkus-devui" [ style = "dashed", color = "blue" ];
  "@kie-tools/runtime-tools-process-dev-ui-webapp" -> "@kie-tools/runtime-tools-process-webapp-components" [ style = "solid", color = "blue" ];
  "@kie-tools/runtime-tools-process-dev-ui-webapp" -> "@kie-tools/runtime-tools-shared-webapp-components" [ style = "solid", color = "blue" ];
  "@kie-tools/runtime-tools-process-enveloped-components" -> "@kie-tools-core/monaco-editor" [ style = "solid", color = "blue" ];
  "@kie-tools/runtime-tools-process-enveloped-components" -> "@kie-tools-core/react-hooks" [ style = "solid", color = "blue" ];
  "@kie-tools/runtime-tools-process-enveloped-components" -> "@kie-tools/i18n-common-dictionary" [ style = "solid", color = "blue" ];
  "@kie-tools/runtime-tools-process-enveloped-components" -> "@kie-tools/runtime-tools-components" [ style = "solid", color = "blue" ];
  "@kie-tools/runtime-tools-process-enveloped-components" -> "@kie-tools/runtime-tools-process-gateway-api" [ style = "solid", color = "blue" ];
  "@kie-tools/runtime-tools-process-enveloped-components" -> "@kie-tools-core/webpack-base" [ style = "dashed", color = "blue" ];
  "@kie-tools/runtime-tools-process-gateway-api" -> "@kie-tools/runtime-tools-shared-gateway-api" [ style = "solid", color = "blue" ];
  "@kie-tools/runtime-tools-process-webapp-components" -> "@kie-tools/runtime-tools-process-enveloped-components" [ style = "solid", color = "blue" ];
  "@kie-tools/runtime-tools-shared-gateway-api" -> "@kie-tools/eslint" [ style = "dashed", color = "blue" ];
  "@kie-tools/runtime-tools-shared-gateway-api" -> "@kie-tools/root-env" [ style = "dashed", color = "blue" ];
  "@kie-tools/runtime-tools-shared-gateway-api" -> "@kie-tools/tsconfig" [ style = "dashed", color = "blue" ];
  "@kie-tools/runtime-tools-shared-webapp-components" -> "@kie-tools/runtime-tools-components" [ style = "solid", color = "blue" ];
  "@kie-tools/scesim-editor" -> "@kie-tools-core/react-hooks" [ style = "solid", color = "blue" ];
  "@kie-tools/scesim-editor" -> "@kie-tools/boxed-expression-component" [ style = "solid", color = "blue" ];
  "@kie-tools/scesim-editor" -> "@kie-tools/scesim-marshaller" [ style = "solid", color = "blue" ];
  "@kie-tools/scesim-editor-envelope" -> "@kie-tools-core/editor" [ style = "solid", color = "blue" ];
  "@kie-tools/scesim-editor-envelope" -> "@kie-tools/scesim-editor" [ style = "solid", color = "blue" ];
  "@kie-tools/scesim-marshaller" -> "@kie-tools/xml-parser-ts-codegen" [ style = "dashed", color = "blue" ];
  "@kie-tools/spring-boot-bom" -> "@kie-tools/maven-base" [ style = "solid", color = "black" ];
  "@kie-tools/storybook-base" -> "@kie-tools-core/webpack-base" [ style = "dashed", color = "blue" ];
  "@kie-tools/storybook-base" -> "@kie-tools/eslint" [ style = "dashed", color = "blue" ];
  "@kie-tools/storybook-base" -> "@kie-tools/tsconfig" [ style = "dashed", color = "blue" ];
  "@kie-tools-core/switch-expression-ts" -> "@kie-tools/eslint" [ style = "dashed", color = "purple" ];
  "@kie-tools-core/switch-expression-ts" -> "@kie-tools/jest-base" [ style = "dashed", color = "purple" ];
  "@kie-tools-core/switch-expression-ts" -> "@kie-tools/tsconfig" [ style = "dashed", color = "purple" ];
  "@kie-tools/text-editor" -> "@kie-tools-core/editor" [ style = "solid", color = "blue" ];
  "@kie-tools/text-editor" -> "@kie-tools-core/monaco-editor" [ style = "solid", color = "blue" ];
  "@kie-tools/uniforms-patternfly" -> "@kie-tools/eslint" [ style = "dashed", color = "blue" ];
  "@kie-tools/uniforms-patternfly" -> "@kie-tools/jest-base" [ style = "dashed", color = "blue" ];
  "@kie-tools/uniforms-patternfly" -> "@kie-tools/tsconfig" [ style = "dashed", color = "blue" ];
  "@kie-tools/uniforms-patternfly-form-wrapper" -> "@kie-tools/dmn-runner" [ style = "solid", color = "blue" ];
  "@kie-tools/uniforms-patternfly-form-wrapper" -> "@kie-tools/i18n-common-dictionary" [ style = "solid", color = "blue" ];
  "@kie-tools/uniforms-patternfly-form-wrapper" -> "@kie-tools-core/webpack-base" [ style = "dashed", color = "blue" ];
  "@kie-tools/unitables" -> "@kie-tools/boxed-expression-component" [ style = "solid", color = "blue" ];
  "@kie-tools/unitables" -> "@kie-tools/dmn-runner" [ style = "solid", color = "blue" ];
  "@kie-tools/unitables-dmn" -> "@kie-tools/unitables" [ style = "solid", color = "blue" ];
  "@kie-tools-core/vscode-extension" -> "@kie-tools-core/editor" [ style = "solid", color = "purple" ];
  "@kie-tools-core/vscode-extension" -> "@kie-tools-core/vscode-java-code-completion" [ style = "solid", color = "purple" ];
  "@kie-tools/vscode-extension-common-test-helpers" -> "@kie-tools/tsconfig" [ style = "dashed", color = "blue" ];
  "vscode-extension-kie-ba-bundle" -> "@kie-tools-core/webpack-base" [ style = "dashed", color = "blue" ];
  "vscode-extension-kie-ba-bundle" -> "@kie-tools/eslint" [ style = "dashed", color = "blue" ];
  "vscode-extension-kie-ba-bundle" -> "@kie-tools/tsconfig" [ style = "dashed", color = "blue" ];
  "vscode-extension-kogito-bundle" -> "@kie-tools-core/webpack-base" [ style = "dashed", color = "blue" ];
  "vscode-extension-kogito-bundle" -> "@kie-tools/eslint" [ style = "dashed", color = "blue" ];
  "vscode-extension-kogito-bundle" -> "@kie-tools/tsconfig" [ style = "dashed", color = "blue" ];
  "@kie-tools-core/vscode-java-code-completion" -> "@kie-tools/eslint" [ style = "dashed", color = "purple" ];
  "@kie-tools-core/vscode-java-code-completion" -> "@kie-tools/root-env" [ style = "dashed", color = "purple" ];
  "@kie-tools-core/vscode-java-code-completion" -> "@kie-tools/tsconfig" [ style = "dashed", color = "purple" ];
  "@kie-tools/vscode-java-code-completion-extension-plugin" -> "@kie-tools/maven-base" [ style = "solid", color = "black" ];
  "@kie-tools-core/webpack-base" -> "@kie-tools/root-env" [ style = "dashed", color = "black" ];
  "@kie-tools-core/workspace" -> "@kie-tools-core/operating-system" [ style = "solid", color = "purple" ];
  "@kie-tools-core/workspaces-git-fs" -> "@kie-tools-core/envelope-bus" [ style = "solid", color = "purple" ];
  "@kie-tools-core/workspaces-git-fs" -> "@kie-tools-core/react-hooks" [ style = "solid", color = "purple" ];
  "@kie-tools-core/workspaces-git-fs" -> "@kie-tools-core/workspace" [ style = "solid", color = "purple" ];
  "@kie-tools-core/workspaces-git-fs" -> "@kie-tools/cors-proxy-api" [ style = "solid", color = "purple" ];
  "@kie-tools-core/workspaces-git-fs" -> "@kie-tools/kie-sandbox-fs" [ style = "solid", color = "purple" ];
  "@kie-tools/xml-parser-ts" -> "@kie-tools/eslint" [ style = "dashed", color = "blue" ];
  "@kie-tools/xml-parser-ts" -> "@kie-tools/jest-base" [ style = "dashed", color = "blue" ];
  "@kie-tools/xml-parser-ts" -> "@kie-tools/tsconfig" [ style = "dashed", color = "blue" ];
  "@kie-tools/xml-parser-ts-codegen" -> "@kie-tools/xml-parser-ts" [ style = "solid", color = "blue" ];
  "@kie-tools/xyflow-react-kie-diagram" -> "@kie-tools-core/operating-system" [ style = "solid", color = "blue" ];
  "@kie-tools/xyflow-react-kie-diagram" -> "@kie-tools-core/switch-expression-ts" [ style = "solid", color = "blue" ];
  "@kie-tools/xyflow-react-kie-diagram" -> "@kie-tools/i18n-common-dictionary" [ style = "dashed", color = "blue" ];
  "@kie-tools/xyflow-react-kie-diagram" -> "@kie-tools/xml-parser-ts" [ style = "dashed", color = "blue" ];
  "@kie-tools-scripts/bootstrap" -> "@kie-tools-scripts/build-env" [ style = "dashed", color = "black" ];
  "@kie-tools-scripts/build-env" -> "@kie-tools/tsconfig" [ style = "dashed", color = "blue" ];
  "@kie-tools-scripts/run-script-if" -> "@kie-tools/tsconfig" [ style = "dashed", color = "blue" ];
}
